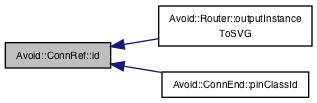
mjwybrow/adaptagrams keeps this Graphviz diagram as documentation/classAvoid_1_1ConnRef_a053841a1fdef00b1e90f20f563e1c259_icgraph.png. Above is the earlier version. Its source is kept beside it as documentation/classAvoid_1_1ConnRef_a053841a1fdef00b1e90f20f563e1c259_icgraph.dot.
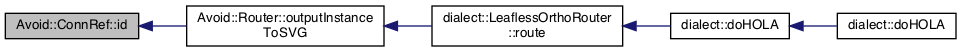
The same file after the commit.

The edit, as a diff of the source:
```diff
@@ -3,9 +3,13 @@
   edge [fontname="Helvetica",fontsize="10",labelfontname="Helvetica",labelfontsize="10"];
   node [fontname="Helvetica",fontsize="10",shape=record];
   rankdir="LR";
-  Node36 [label="Avoid::ConnRef::id",height=0.2,width=0.4,color="black", fillcolor="grey75", style="filled", fontcolor="black"];
-  Node36 -> Node37 [dir="back",color="midnightblue",fontsize="10",style="solid",fontname="Helvetica"];
-  Node37 [label="Avoid::Router::outputInstance\lToSVG",height=0.2,width=0.4,color="black", fillcolor="white", style="filled",URL="$classAvoid_1_1Router.html#a458aae2d6447e0958e4916a8c29bbb47",tooltip="Generates an SVG file containing debug output and code that can be used to regenerate the instance..."];
-  Node36 -> Node38 [dir="back",color="midnightblue",fontsize="10",style="solid",fontname="Helvetica"];
-  Node38 [label="Avoid::ConnEnd::pinClassId",height=0.2,width=0.4,color="black", fillcolor="white", style="filled",URL="$classAvoid_1_1ConnEnd.html#a31f741b5d8a86e0a8c4803475c674e8b",tooltip="Returns the pin class ID for a ConnEnd attached to a shape. "];
+  Node26 [label="Avoid::ConnRef::id",height=0.2,width=0.4,color="black", fillcolor="grey75", style="filled", fontcolor="black"];
+  Node26 -> Node27 [dir="back",color="midnightblue",fontsize="10",style="solid",fontname="Helvetica"];
+  Node27 [label="Avoid::Router::outputInstance\lToSVG",height=0.2,width=0.4,color="black", fillcolor="white", style="filled",URL="$classAvoid_1_1Router.html#a458aae2d6447e0958e4916a8c29bbb47",tooltip="Generates an SVG file containing debug output and code that can be used to regenerate the instance..."];
+  Node27 -> Node28 [dir="back",color="midnightblue",fontsize="10",style="solid",fontname="Helvetica"];
+  Node28 [label="dialect::LeaflessOrthoRouter\l::route",height=0.2,width=0.4,color="black", fillcolor="white", style="filled",URL="$classdialect_1_1LeaflessOrthoRouter.html#af58e911020f19a144303fc01e5b8c35e",tooltip="Do the routing. "];
+  Node28 -> Node29 [dir="back",color="midnightblue",fontsize="10",style="solid",fontname="Helvetica"];
+  Node29 [label="dialect::doHOLA",height=0.2,width=0.4,color="black", fillcolor="white", style="filled",URL="$namespacedialect.html#a05ccc4c149e1b5902ec827bfabd3cf76",tooltip="Apply the HOLA layout algorithm to the given Graph. See Steve Kieffer, Tim Dwyer, Kim Marriott..."];
+  Node29 -> Node30 [dir="back",color="midnightblue",fontsize="10",style="solid",fontname="Helvetica"];
+  Node30 [label="dialect::doHOLA",height=0.2,width=0.4,color="black", fillcolor="white", style="filled",URL="$namespacedialect.html#a24766038e1a9ccd99997ea31c42b432a",tooltip="Convenience function to do HOLA layout with default options. "];
 }
```
